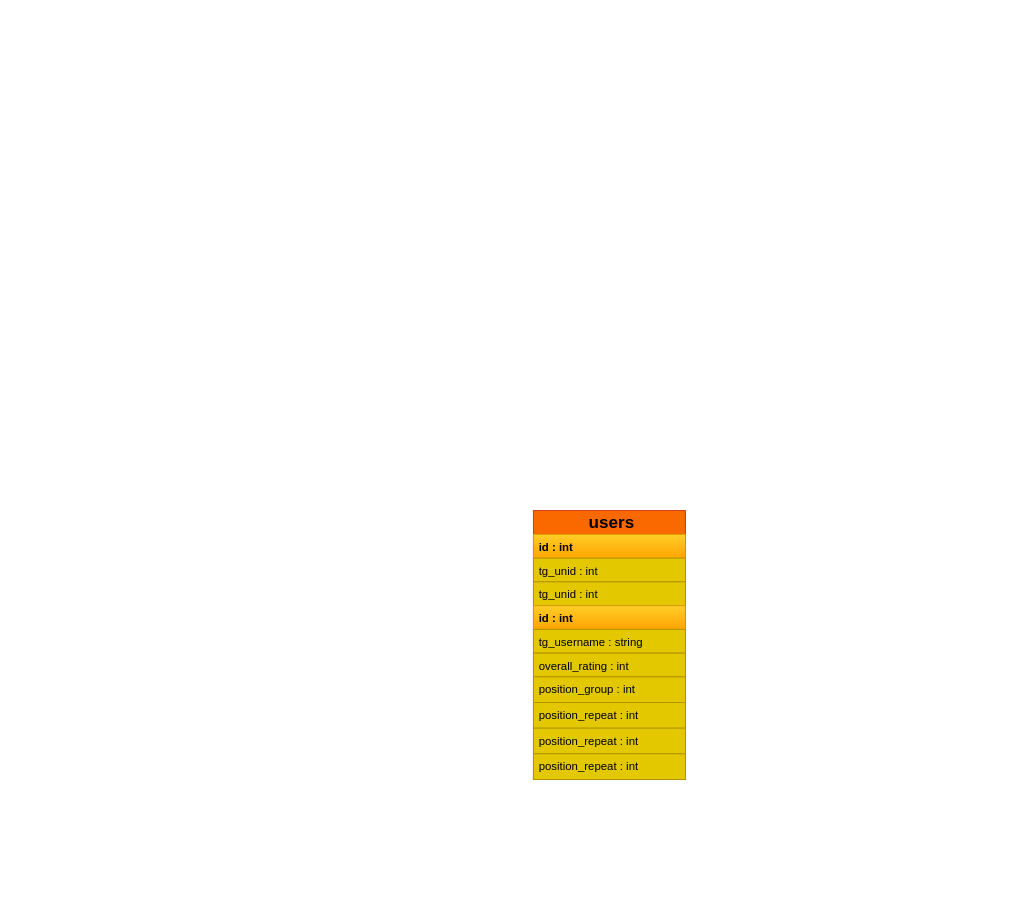
The draw.io diagram page "Privet" (2 of 2) of README-files/map.drawio in Ulver56/coresh, before the edit. Source tidied: cells renumbered, new cells numbered last; positions are measured from the earlier drawing's top-left corner, leaving out a move shared by most shapes. Both pictures are drawn from the tidied source at 95%, with x=0, y=0 at pixel (533, 510).
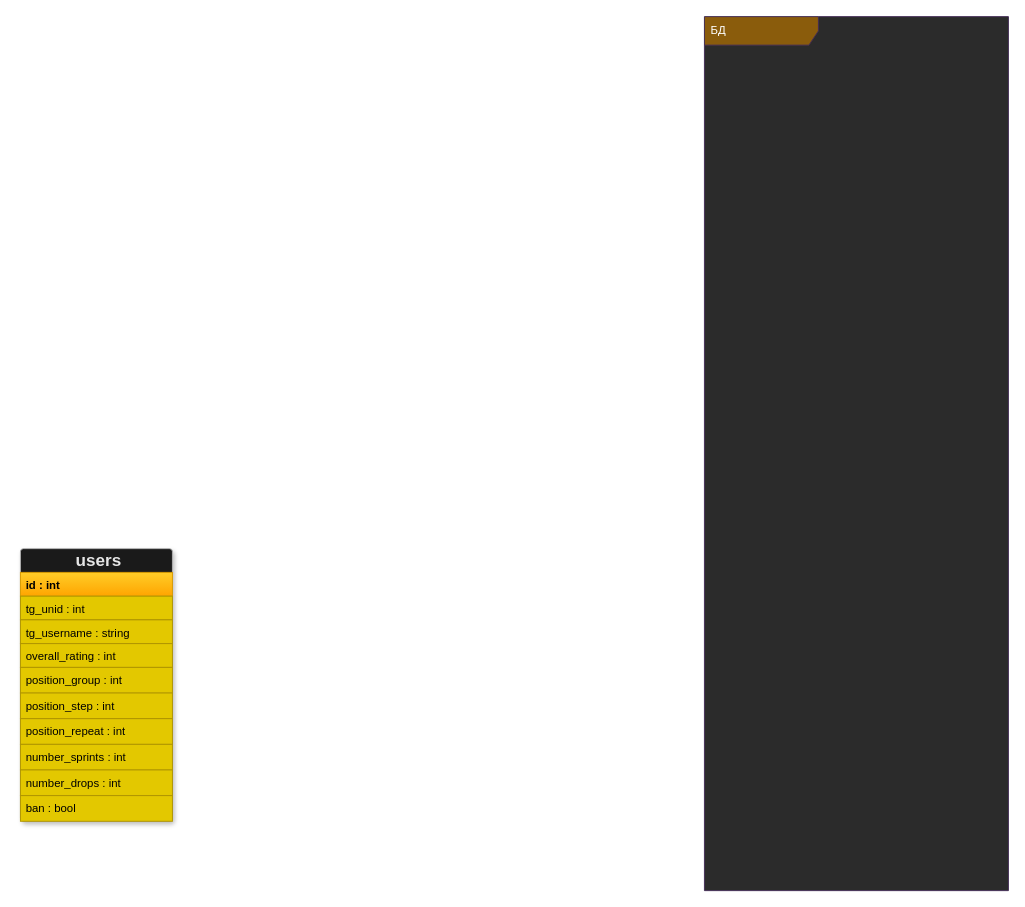
Above is the later version.

Diff of the diagram source:
```diff
@@
 <mxGraphModel>
   <root>
     <mxCell id="0" />
     <mxCell id="1" parent="0" />
-    <mxCell id="2" style="fontStyle=1;align=center;verticalAlign=top;horizontal=1;fillColor=#fa6800;strokeColor=#C73500;fontColor=#ffffff;" parent="1" vertex="1">
-      <mxGeometry width="160" height="283" as="geometry" />
-    </mxCell>
+    <mxCell id="14" value="БД" style="shape=umlFrame;whiteSpace=wrap;html=1;width=120;height=30;boundedLbl=1;verticalAlign=middle;align=left;spacingLeft=5;strokeColor=#432D57;fontColor=#ffffff;swimlaneFillColor=#2B2B2B;fillColor=#8A5C0C;" parent="1" vertex="1">
+      <mxGeometry x="180" y="-520" width="320" height="920" as="geometry" />
+    </mxCell>
+    <mxCell id="15" style="fontStyle=1;align=center;verticalAlign=top;horizontal=1;fontColor=#ffffff;shadow=1;rounded=1;arcSize=2;strokeWidth=1;sketch=0;fillColor=#1A1A1A;strokeColor=#B3B3B3;" parent="1" vertex="1">
+      <mxGeometry x="-540" y="40" width="160" height="287" as="geometry" />
+    </mxCell>
-    <mxCell id="3" value="&lt;b&gt;&lt;font color=&quot;#000000&quot; style=&quot;font-size: 18px&quot;&gt;users&lt;/font&gt;&lt;/b&gt;" style="html=1;align=center;spacingLeft=4;verticalAlign=middle;strokeColor=none;fillColor=none;" parent="2" vertex="1">
+    <mxCell id="3" value="&lt;b&gt;&lt;font style=&quot;font-size: 18px&quot; color=&quot;#e6e6e6&quot;&gt;users&lt;/font&gt;&lt;/b&gt;" style="html=1;align=center;spacingLeft=4;verticalAlign=middle;strokeColor=none;fillColor=none;" parent="15" vertex="1">
       <mxGeometry width="160" height="25" as="geometry" />
     </mxCell>
-    <mxCell id="4" value="&lt;b&gt;id : int&lt;/b&gt;" style="html=1;align=left;spacingLeft=4;verticalAlign=top;strokeColor=#d79b00;fillColor=#ffcd28;gradientColor=#ffa500;fontColor=#000000;" parent="2" vertex="1">
+    <mxCell id="4" value="&lt;b&gt;id : int&lt;/b&gt;" style="html=1;align=left;spacingLeft=4;verticalAlign=top;strokeColor=#d79b00;fillColor=#ffcd28;gradientColor=#ffa500;fontColor=#000000;" parent="15" vertex="1">
       <mxGeometry y="25" width="160" height="25" as="geometry" />
     </mxCell>
-    <mxCell id="5" value="tg_unid : int" style="html=1;align=left;spacingLeft=4;verticalAlign=top;strokeColor=#B09500;fillColor=#e3c800;fontFamily=Helvetica;fontStyle=0;fontColor=#000000;" parent="2" vertex="1">
-      <mxGeometry y="50" width="160" height="25" as="geometry" />
-    </mxCell>
-    <mxCell id="6" value="tg_unid : int" style="html=1;align=left;spacingLeft=4;verticalAlign=top;strokeColor=#B09500;fillColor=#e3c800;fontColor=#000000;" parent="2" vertex="1">
-      <mxGeometry y="75" width="160" height="25" as="geometry" />
-    </mxCell>
-    <mxCell id="7" value="&lt;b&gt;id : int&lt;/b&gt;" style="html=1;align=left;spacingLeft=4;verticalAlign=top;strokeColor=#d79b00;fillColor=#ffcd28;gradientColor=#ffa500;fontColor=#000000;" parent="2" vertex="1">
-      <mxGeometry y="100" width="160" height="25" as="geometry" />
-    </mxCell>
+    <mxCell id="16" value="tg_unid : int" style="html=1;align=left;spacingLeft=4;verticalAlign=top;strokeColor=#B09500;fillColor=#e3c800;fontFamily=Helvetica;fontStyle=0;fontColor=#000000;rounded=0;" parent="15" vertex="1">
+      <mxGeometry y="50" width="160" height="25" as="geometry" />
+    </mxCell>
-    <mxCell id="8" value="tg_username : string" style="html=1;align=left;spacingLeft=4;verticalAlign=top;strokeColor=#B09500;fillColor=#e3c800;fontColor=#000000;" parent="2" vertex="1">
-      <mxGeometry y="125" width="160" height="25" as="geometry" />
+    <mxCell id="8" value="tg_username : string" style="html=1;align=left;spacingLeft=4;verticalAlign=top;strokeColor=#B09500;fillColor=#e3c800;fontColor=#000000;rounded=0;" parent="15" vertex="1">
+      <mxGeometry y="75" width="160" height="25" as="geometry" />
     </mxCell>
-    <mxCell id="9" value="overall_rating : int" style="html=1;align=left;spacingLeft=4;verticalAlign=top;strokeColor=#B09500;fillColor=#e3c800;fontColor=#000000;" parent="2" vertex="1">
-      <mxGeometry y="150" width="160" height="25" as="geometry" />
+    <mxCell id="9" value="overall_rating : int" style="html=1;align=left;spacingLeft=4;verticalAlign=top;strokeColor=#B09500;fillColor=#e3c800;fontColor=#000000;rounded=0;" parent="15" vertex="1">
+      <mxGeometry y="100" width="160" height="25" as="geometry" />
     </mxCell>
-    <mxCell id="10" value="position_group : int" style="html=1;align=left;spacingLeft=4;verticalAlign=top;strokeColor=#B09500;fillColor=#e3c800;fontColor=#000000;" parent="2" vertex="1">
-      <mxGeometry y="175" width="160" height="27" as="geometry" />
+    <mxCell id="10" value="position_group : int" style="html=1;align=left;spacingLeft=4;verticalAlign=top;strokeColor=#B09500;fillColor=#e3c800;fontColor=#000000;rounded=0;" parent="15" vertex="1">
+      <mxGeometry y="125" width="160" height="27" as="geometry" />
     </mxCell>
-    <mxCell id="11" value="position_repeat : int" style="html=1;align=left;spacingLeft=4;verticalAlign=top;strokeColor=#B09500;fillColor=#e3c800;fontColor=#000000;" parent="2" vertex="1">
-      <mxGeometry y="202" width="160" height="27" as="geometry" />
-    </mxCell>
-    <mxCell id="12" value="position_repeat : int" style="html=1;align=left;spacingLeft=4;verticalAlign=top;strokeColor=#B09500;fillColor=#e3c800;fontColor=#000000;" parent="2" vertex="1">
-      <mxGeometry y="229" width="160" height="27" as="geometry" />
-    </mxCell>
-    <mxCell id="13" value="position_repeat : int" style="html=1;align=left;spacingLeft=4;verticalAlign=top;strokeColor=#B09500;fillColor=#e3c800;fontColor=#000000;" parent="2" vertex="1">
-      <mxGeometry y="256" width="160" height="27" as="geometry" />
-    </mxCell>
+    <mxCell id="17" value="position_step : int" style="html=1;align=left;spacingLeft=4;verticalAlign=top;strokeColor=#B09500;fillColor=#e3c800;fontColor=#000000;rounded=0;" parent="15" vertex="1">
+      <mxGeometry y="152" width="160" height="27" as="geometry" />
+    </mxCell>
+    <mxCell id="18" value="position_repeat : int" style="html=1;align=left;spacingLeft=4;verticalAlign=top;strokeColor=#B09500;fillColor=#e3c800;fontColor=#000000;rounded=0;" parent="15" vertex="1">
+      <mxGeometry y="179" width="160" height="27" as="geometry" />
+    </mxCell>
+    <mxCell id="19" value="number_sprints : int" style="html=1;align=left;spacingLeft=4;verticalAlign=top;strokeColor=#B09500;fillColor=#e3c800;fontColor=#000000;rounded=0;" parent="15" vertex="1">
+      <mxGeometry y="206" width="160" height="27" as="geometry" />
+    </mxCell>
+    <mxCell id="20" value="number_drops : int" style="html=1;align=left;spacingLeft=4;verticalAlign=top;strokeColor=#B09500;fillColor=#e3c800;fontColor=#000000;rounded=0;" parent="15" vertex="1">
+      <mxGeometry y="233" width="160" height="27" as="geometry" />
+    </mxCell>
+    <mxCell id="21" value="ban : bool" style="html=1;align=left;spacingLeft=4;verticalAlign=top;strokeColor=#B09500;fillColor=#e3c800;fontColor=#000000;rounded=0;arcSize=18;" parent="15" vertex="1">
+      <mxGeometry y="260" width="160" height="27" as="geometry" />
+    </mxCell>
   </root>
 </mxGraphModel>
```
